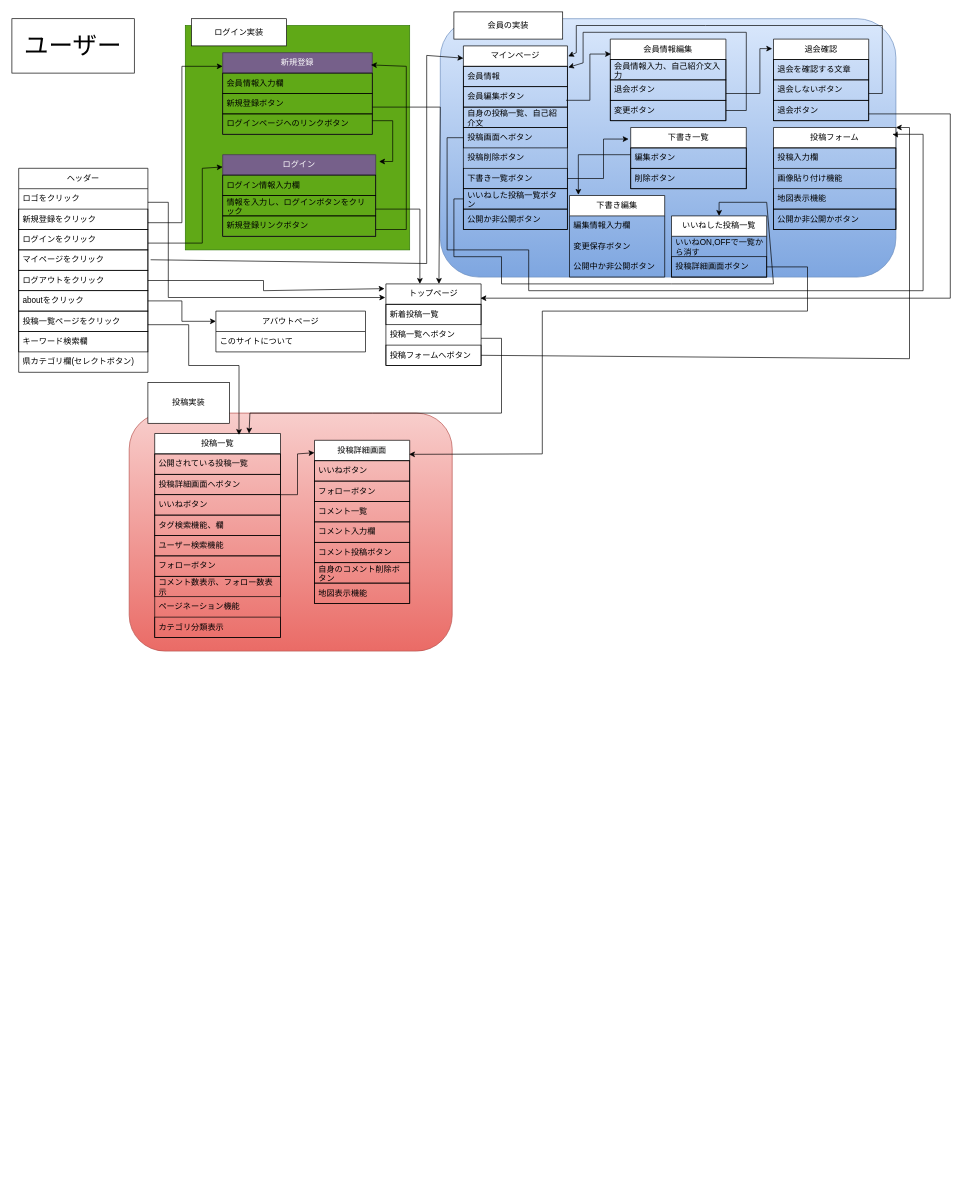
Earlier version of the draw.io diagram 名称未設定ファイル.drawio (hirofumi0104/tabibura_go). Source tidied: cells renumbered, new cells numbered last; positions are measured from the earlier drawing's top-left corner, leaving out a move shared by most shapes. Both pictures are drawn from the tidied source at 68%, with x=0, y=0 at pixel (12, 12).
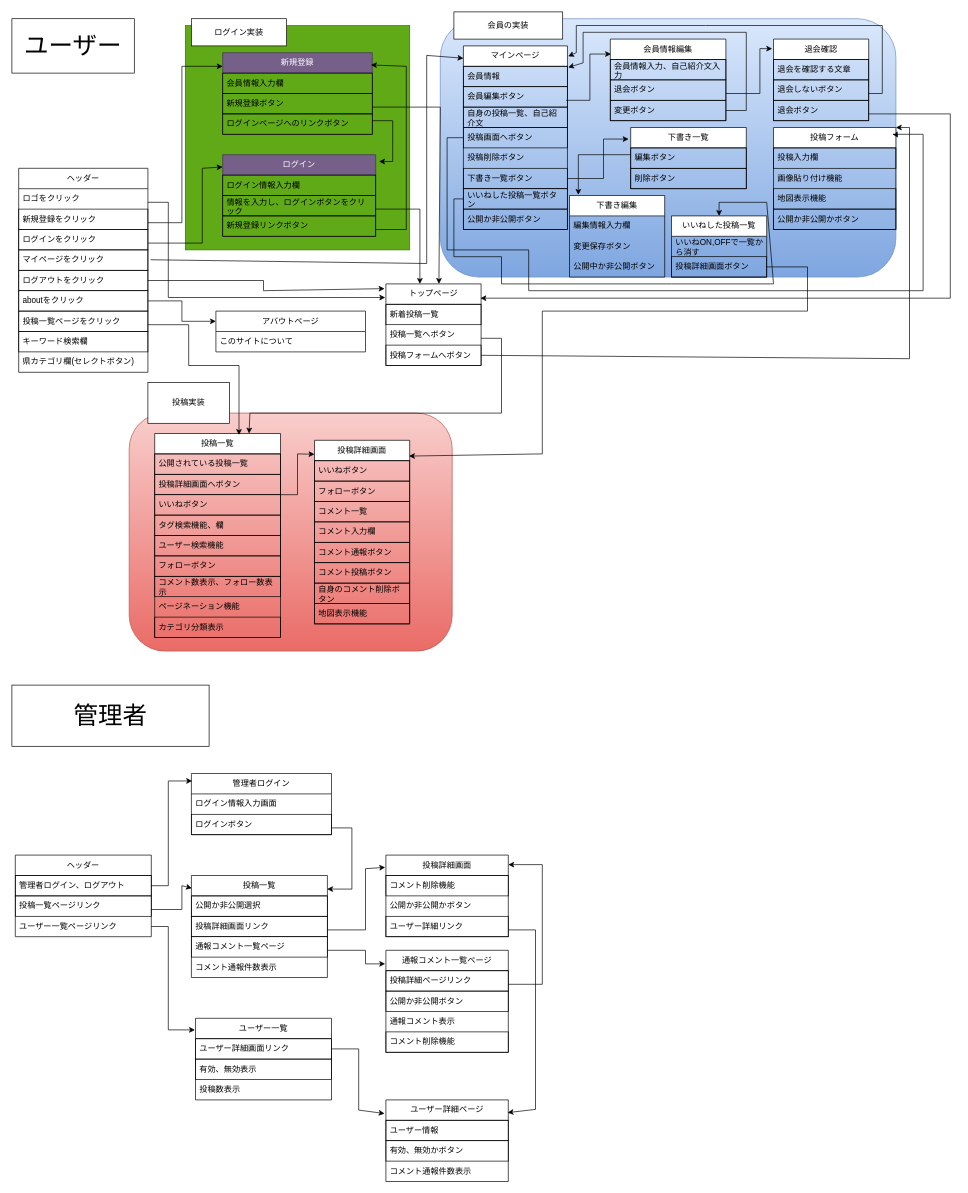
The same page after the edit.

Commit message:
名称未設定ファイル.drawio を更新します

The edit, as a diff of the source:
```diff
@@
     <mxCell id="96" value="投稿詳細画面" style="swimlane;fontStyle=0;horizontal=1;startSize=30;whiteSpace=wrap;html=1;" parent="1" vertex="1">
-      <mxGeometry x="445" y="630" width="140" height="240" as="geometry" />
+      <mxGeometry x="445" y="630" width="140" height="270" as="geometry" />
     </mxCell>
@@
+    <mxCell id="107" value="コメント通報ボタン" style="text;strokeColor=default;fillColor=none;align=left;verticalAlign=middle;spacingLeft=4;spacingRight=4;overflow=hidden;whiteSpace=wrap;html=1;" parent="96" vertex="1">
+      <mxGeometry y="150" width="140" height="30" as="geometry" />
+    </mxCell>
     <mxCell id="101" value="コメント投稿ボタン" style="text;strokeColor=default;fillColor=none;align=left;verticalAlign=middle;spacingLeft=4;spacingRight=4;overflow=hidden;whiteSpace=wrap;html=1;" parent="96" vertex="1">
-      <mxGeometry y="150" width="140" height="30" as="geometry" />
+      <mxGeometry y="180" width="140" height="30" as="geometry" />
     </mxCell>
     <mxCell id="102" value="自身のコメント削除ボタン" style="text;strokeColor=default;fillColor=none;align=left;verticalAlign=middle;spacingLeft=4;spacingRight=4;overflow=hidden;whiteSpace=wrap;html=1;" parent="96" vertex="1">
-      <mxGeometry y="180" width="140" height="30" as="geometry" />
+      <mxGeometry y="210" width="140" height="30" as="geometry" />
     </mxCell>
     <mxCell id="103" value="地図表示機能" style="text;strokeColor=default;fillColor=none;align=left;verticalAlign=middle;spacingLeft=4;spacingRight=4;overflow=hidden;whiteSpace=wrap;html=1;" parent="96" vertex="1">
-      <mxGeometry y="210" width="140" height="30" as="geometry" />
+      <mxGeometry y="240" width="140" height="30" as="geometry" />
     </mxCell>
@@
+    <mxCell id="108" value="&lt;font style=&quot;font-size: 36px;&quot;&gt;管理者&lt;/font&gt;" style="rounded=0;whiteSpace=wrap;html=1;" parent="1" vertex="1">
+      <mxGeometry y="990" width="290" height="90" as="geometry" />
+    </mxCell>
+    <mxCell id="109" value="ヘッダー" style="swimlane;fontStyle=0;horizontal=1;startSize=30;whiteSpace=wrap;html=1;" parent="1" vertex="1">
+      <mxGeometry x="5" y="1240" width="200" height="120" as="geometry" />
+    </mxCell>
+    <mxCell id="110" value="管理者ログイン、ログアウト" style="text;strokeColor=default;fillColor=none;align=left;verticalAlign=middle;spacingLeft=4;spacingRight=4;overflow=hidden;points=[[0,0.5],[1,0.5]];portConstraint=eastwest;whiteSpace=wrap;html=1;" parent="109" vertex="1">
+      <mxGeometry y="30" width="200" height="30" as="geometry" />
+    </mxCell>
+    <mxCell id="111" value="投稿一覧ページリンク" style="text;strokeColor=default;fillColor=none;align=left;verticalAlign=middle;spacingLeft=4;spacingRight=4;overflow=hidden;whiteSpace=wrap;html=1;" parent="109" vertex="1">
+      <mxGeometry y="60" width="200" height="30" as="geometry" />
+    </mxCell>
+    <mxCell id="112" value="ユーザー一覧ページリンク" style="text;strokeColor=none;fillColor=none;align=left;verticalAlign=middle;spacingLeft=4;spacingRight=4;overflow=hidden;points=[[0,0.5],[1,0.5]];portConstraint=eastwest;whiteSpace=wrap;html=1;" parent="109" vertex="1">
+      <mxGeometry y="90" width="200" height="30" as="geometry" />
+    </mxCell>
+    <mxCell id="113" value="管理者ログイン" style="swimlane;fontStyle=0;horizontal=1;startSize=30;whiteSpace=wrap;html=1;" parent="1" vertex="1">
+      <mxGeometry x="264" y="1120" width="206" height="90" as="geometry" />
+    </mxCell>
+    <mxCell id="114" value="ログイン情報入力画面" style="text;strokeColor=none;fillColor=none;align=left;verticalAlign=middle;spacingLeft=4;spacingRight=4;overflow=hidden;whiteSpace=wrap;html=1;" parent="113" vertex="1">
+      <mxGeometry y="30" width="206" height="30" as="geometry" />
+    </mxCell>
+    <mxCell id="115" value="ログインボタン" style="text;strokeColor=default;fillColor=none;align=left;verticalAlign=middle;spacingLeft=4;spacingRight=4;overflow=hidden;whiteSpace=wrap;html=1;" parent="113" vertex="1">
+      <mxGeometry y="60" width="206" height="30" as="geometry" />
+    </mxCell>
+    <mxCell id="116" style="endArrow=classic;html=1;rounded=0;exitX=1;exitY=0.5;exitDx=0;exitDy=0;entryX=0.005;entryY=0.122;entryDx=0;entryDy=0;entryPerimeter=0;" parent="1" edge="1" source="110" target="113">
+      <mxGeometry relative="1" as="geometry">
+        <Array as="points">
+          <mxPoint x="230" y="1285" />
+          <mxPoint x="230" y="1131" />
+        </Array>
+      </mxGeometry>
+    </mxCell>
+    <mxCell id="117" value="投稿一覧" style="swimlane;fontStyle=0;horizontal=1;startSize=30;whiteSpace=wrap;html=1;" parent="1" vertex="1">
+      <mxGeometry x="264" y="1270" width="200" height="150" as="geometry" />
+    </mxCell>
+    <mxCell id="118" value="公開か非公開選択" style="text;strokeColor=default;fillColor=none;align=left;verticalAlign=middle;spacingLeft=4;spacingRight=4;overflow=hidden;whiteSpace=wrap;html=1;" parent="117" vertex="1">
+      <mxGeometry y="30" width="200" height="30" as="geometry" />
+    </mxCell>
+    <mxCell id="119" value="投稿詳細画面リンク" style="text;strokeColor=default;fillColor=none;align=left;verticalAlign=middle;spacingLeft=4;spacingRight=4;overflow=hidden;whiteSpace=wrap;html=1;" parent="117" vertex="1">
+      <mxGeometry y="60" width="200" height="30" as="geometry" />
+    </mxCell>
+    <mxCell id="120" value="通報コメント一覧ページ" style="text;strokeColor=default;fillColor=none;align=left;verticalAlign=middle;spacingLeft=4;spacingRight=4;overflow=hidden;whiteSpace=wrap;html=1;" parent="117" vertex="1">
+      <mxGeometry y="90" width="200" height="30" as="geometry" />
+    </mxCell>
+    <mxCell id="121" value="コメント通報件数表示" style="text;strokeColor=none;fillColor=none;align=left;verticalAlign=middle;spacingLeft=4;spacingRight=4;overflow=hidden;whiteSpace=wrap;html=1;" parent="117" vertex="1">
+      <mxGeometry y="120" width="200" height="30" as="geometry" />
+    </mxCell>
+    <mxCell id="122" value="ユーザー一覧" style="swimlane;fontStyle=0;horizontal=1;startSize=30;whiteSpace=wrap;html=1;" parent="1" vertex="1">
+      <mxGeometry x="270" y="1480" width="200" height="120" as="geometry" />
+    </mxCell>
+    <mxCell id="123" value="ユーザー詳細画面リンク" style="text;strokeColor=default;fillColor=none;align=left;verticalAlign=middle;spacingLeft=4;spacingRight=4;overflow=hidden;points=[[0,0.5],[1,0.5]];portConstraint=eastwest;whiteSpace=wrap;html=1;" parent="122" vertex="1">
+      <mxGeometry y="30" width="200" height="30" as="geometry" />
+    </mxCell>
+    <mxCell id="124" value="有効、無効表示" style="text;strokeColor=default;fillColor=none;align=left;verticalAlign=middle;spacingLeft=4;spacingRight=4;overflow=hidden;whiteSpace=wrap;html=1;" parent="122" vertex="1">
+      <mxGeometry y="60" width="200" height="30" as="geometry" />
+    </mxCell>
+    <mxCell id="125" value="投稿数表示" style="text;strokeColor=none;fillColor=none;align=left;verticalAlign=middle;spacingLeft=4;spacingRight=4;overflow=hidden;whiteSpace=wrap;html=1;" parent="122" vertex="1">
+      <mxGeometry y="90" width="200" height="30" as="geometry" />
+    </mxCell>
+    <mxCell id="126" style="endArrow=classic;html=1;rounded=0;entryX=0.998;entryY=0.133;entryDx=0;entryDy=0;entryPerimeter=0;" parent="1" edge="1" target="117">
+      <mxGeometry relative="1" as="geometry">
+        <mxPoint x="470" y="1200" as="sourcePoint" />
+        <Array as="points">
+          <mxPoint x="500" y="1200" />
+          <mxPoint x="500" y="1290" />
+        </Array>
+      </mxGeometry>
+    </mxCell>
+    <mxCell id="127" style="endArrow=classic;html=1;rounded=0;entryX=0.003;entryY=0.125;entryDx=0;entryDy=0;entryPerimeter=0;" parent="1" edge="1" target="117">
+      <mxGeometry relative="1" as="geometry">
+        <mxPoint x="205" y="1320" as="sourcePoint" />
+        <Array as="points">
+          <mxPoint x="250" y="1320" />
+          <mxPoint x="250" y="1285" />
+        </Array>
+      </mxGeometry>
+    </mxCell>
+    <mxCell id="128" style="endArrow=classic;html=1;rounded=0;exitX=1;exitY=0.5;exitDx=0;exitDy=0;entryX=-0.004;entryY=0.142;entryDx=0;entryDy=0;entryPerimeter=0;" parent="1" edge="1" source="112" target="122">
+      <mxGeometry relative="1" as="geometry">
+        <Array as="points">
+          <mxPoint x="230" y="1345" />
+          <mxPoint x="230" y="1497" />
+        </Array>
+      </mxGeometry>
+    </mxCell>
+    <mxCell id="129" value="通報コメント一覧ページ" style="swimlane;fontStyle=0;horizontal=1;startSize=30;whiteSpace=wrap;html=1;" parent="1" vertex="1">
+      <mxGeometry x="550" y="1380" width="180" height="150" as="geometry" />
+    </mxCell>
+    <mxCell id="130" value="投稿詳細ページリンク" style="text;strokeColor=default;fillColor=none;align=left;verticalAlign=middle;spacingLeft=4;spacingRight=4;overflow=hidden;whiteSpace=wrap;html=1;" parent="129" vertex="1">
+      <mxGeometry y="30" width="180" height="30" as="geometry" />
+    </mxCell>
+    <mxCell id="131" value="公開か非公開ボタン" style="text;strokeColor=default;fillColor=none;align=left;verticalAlign=middle;spacingLeft=4;spacingRight=4;overflow=hidden;whiteSpace=wrap;html=1;" parent="129" vertex="1">
+      <mxGeometry y="60" width="180" height="30" as="geometry" />
+    </mxCell>
+    <mxCell id="132" value="通報コメント表示" style="text;strokeColor=none;fillColor=none;align=left;verticalAlign=middle;spacingLeft=4;spacingRight=4;overflow=hidden;whiteSpace=wrap;html=1;" parent="129" vertex="1">
+      <mxGeometry y="90" width="180" height="30" as="geometry" />
+    </mxCell>
+    <mxCell id="133" value="コメント削除機能" style="text;strokeColor=default;fillColor=none;align=left;verticalAlign=middle;spacingLeft=4;spacingRight=4;overflow=hidden;whiteSpace=wrap;html=1;" parent="129" vertex="1">
+      <mxGeometry y="120" width="180" height="30" as="geometry" />
+    </mxCell>
+    <mxCell id="134" style="endArrow=classic;html=1;rounded=0;entryX=-0.006;entryY=0.133;entryDx=0;entryDy=0;entryPerimeter=0;" parent="1" edge="1" target="129">
+      <mxGeometry relative="1" as="geometry">
+        <mxPoint x="464" y="1380" as="sourcePoint" />
+        <Array as="points">
+          <mxPoint x="520" y="1380" />
+          <mxPoint x="520" y="1400" />
+        </Array>
+      </mxGeometry>
+    </mxCell>
+    <mxCell id="135" value="投稿詳細画面" style="swimlane;fontStyle=0;horizontal=1;startSize=30;whiteSpace=wrap;html=1;" parent="1" vertex="1">
+      <mxGeometry x="550" y="1240" width="180" height="120" as="geometry" />
+    </mxCell>
+    <mxCell id="136" value="コメント削除機能" style="text;strokeColor=default;fillColor=none;align=left;verticalAlign=middle;spacingLeft=4;spacingRight=4;overflow=hidden;whiteSpace=wrap;html=1;" parent="135" vertex="1">
+      <mxGeometry y="30" width="180" height="30" as="geometry" />
+    </mxCell>
+    <mxCell id="137" value="公開か非公開かボタン" style="text;strokeColor=none;fillColor=none;align=left;verticalAlign=middle;spacingLeft=4;spacingRight=4;overflow=hidden;whiteSpace=wrap;html=1;" parent="135" vertex="1">
+      <mxGeometry y="60" width="180" height="30" as="geometry" />
+    </mxCell>
+    <mxCell id="138" value="ユーザー詳細リンク" style="text;strokeColor=default;fillColor=none;align=left;verticalAlign=middle;spacingLeft=4;spacingRight=4;overflow=hidden;whiteSpace=wrap;html=1;" parent="135" vertex="1">
+      <mxGeometry y="90" width="180" height="30" as="geometry" />
+    </mxCell>
+    <mxCell id="139" style="endArrow=classic;html=1;rounded=0;entryX=-0.006;entryY=0.15;entryDx=0;entryDy=0;entryPerimeter=0;" parent="1" edge="1" target="135">
+      <mxGeometry relative="1" as="geometry">
+        <mxPoint x="464" y="1350" as="sourcePoint" />
+        <Array as="points">
+          <mxPoint x="520" y="1350" />
+          <mxPoint x="520" y="1260" />
+        </Array>
+      </mxGeometry>
+    </mxCell>
+    <mxCell id="140" style="endArrow=classic;html=1;rounded=0;entryX=1;entryY=0.117;entryDx=0;entryDy=0;entryPerimeter=0;" parent="1" edge="1" target="135">
+      <mxGeometry relative="1" as="geometry">
+        <mxPoint x="730" y="1430" as="sourcePoint" />
+        <Array as="points">
+          <mxPoint x="780" y="1430" />
+          <mxPoint x="780" y="1254" />
+        </Array>
+      </mxGeometry>
+    </mxCell>
+    <mxCell id="141" value="ユーザー詳細ページ" style="swimlane;fontStyle=0;horizontal=1;startSize=30;whiteSpace=wrap;html=1;" parent="1" vertex="1">
+      <mxGeometry x="550" y="1600" width="180" height="120" as="geometry" />
+    </mxCell>
+    <mxCell id="142" value="ユーザー情報" style="text;strokeColor=default;fillColor=none;align=left;verticalAlign=middle;spacingLeft=4;spacingRight=4;overflow=hidden;whiteSpace=wrap;html=1;" parent="141" vertex="1">
+      <mxGeometry y="30" width="180" height="30" as="geometry" />
+    </mxCell>
+    <mxCell id="143" value="有効、無効かボタン" style="text;strokeColor=default;fillColor=none;align=left;verticalAlign=middle;spacingLeft=4;spacingRight=4;overflow=hidden;whiteSpace=wrap;html=1;" parent="141" vertex="1">
+      <mxGeometry y="60" width="180" height="30" as="geometry" />
+    </mxCell>
+    <mxCell id="144" value="コメント通報件数表示" style="text;strokeColor=none;fillColor=none;align=left;verticalAlign=middle;spacingLeft=4;spacingRight=4;overflow=hidden;whiteSpace=wrap;html=1;" parent="141" vertex="1">
+      <mxGeometry y="90" width="180" height="30" as="geometry" />
+    </mxCell>
+    <mxCell id="145" style="endArrow=classic;html=1;rounded=0;entryX=-0.011;entryY=0.167;entryDx=0;entryDy=0;entryPerimeter=0;exitX=1;exitY=0.5;exitDx=0;exitDy=0;" parent="1" edge="1" source="123" target="141">
+      <mxGeometry relative="1" as="geometry">
+        <Array as="points">
+          <mxPoint x="510" y="1525" />
+          <mxPoint x="510" y="1615" />
+        </Array>
+      </mxGeometry>
+    </mxCell>
+    <mxCell id="146" style="endArrow=classic;html=1;rounded=0;entryX=0.994;entryY=0.156;entryDx=0;entryDy=0;entryPerimeter=0;" parent="1" edge="1" target="141">
+      <mxGeometry relative="1" as="geometry">
+        <mxPoint x="730" y="1350" as="sourcePoint" />
+        <Array as="points">
+          <mxPoint x="770" y="1350" />
+          <mxPoint x="770" y="1614" />
+        </Array>
+      </mxGeometry>
+    </mxCell>
```
